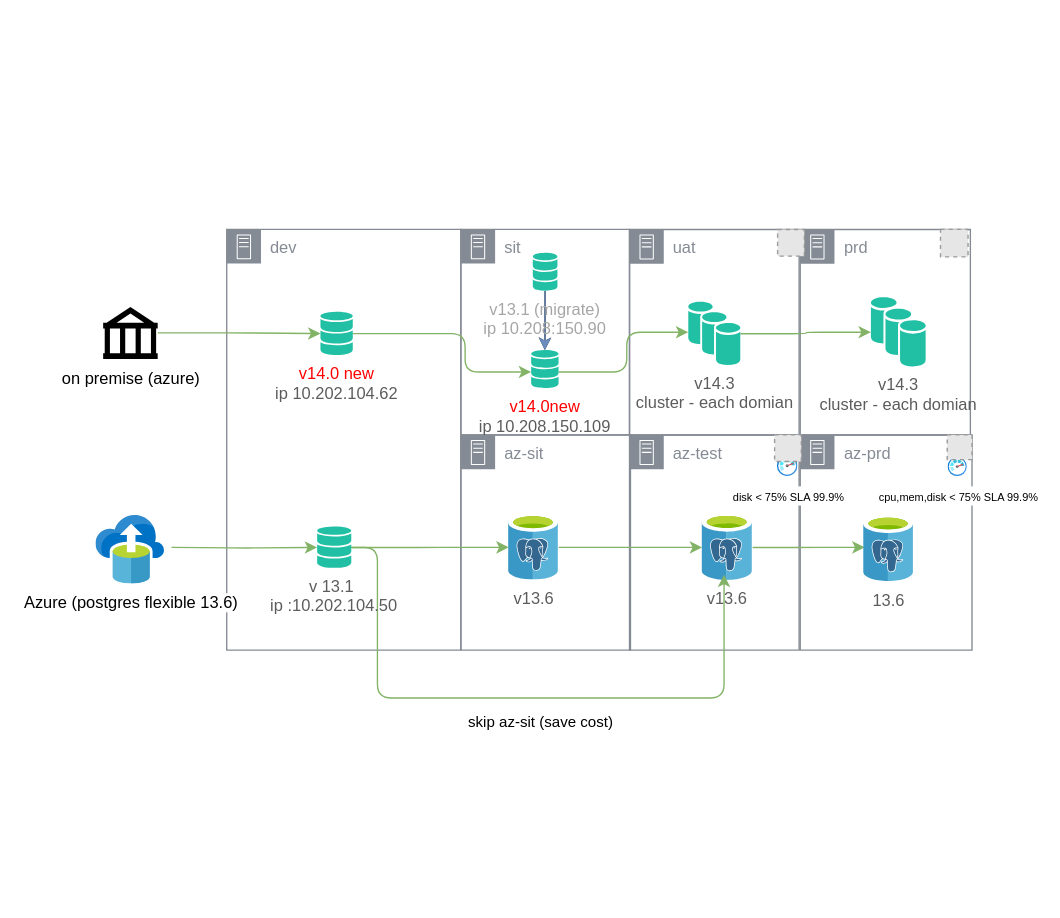
Before: page "postgres" (1 of 3) of azure-kk.drawio in monliepops/database, a draw.io diagram. Source tidied: cells renumbered, new cells numbered last; positions are measured from the earlier drawing's top-left corner, leaving out a move shared by most shapes. Both pictures are drawn from the tidied source at 137%, with x=0, y=0 at pixel (96, 229). Pictures stored in the file or linked from it are replaced by grey dashed boxes.
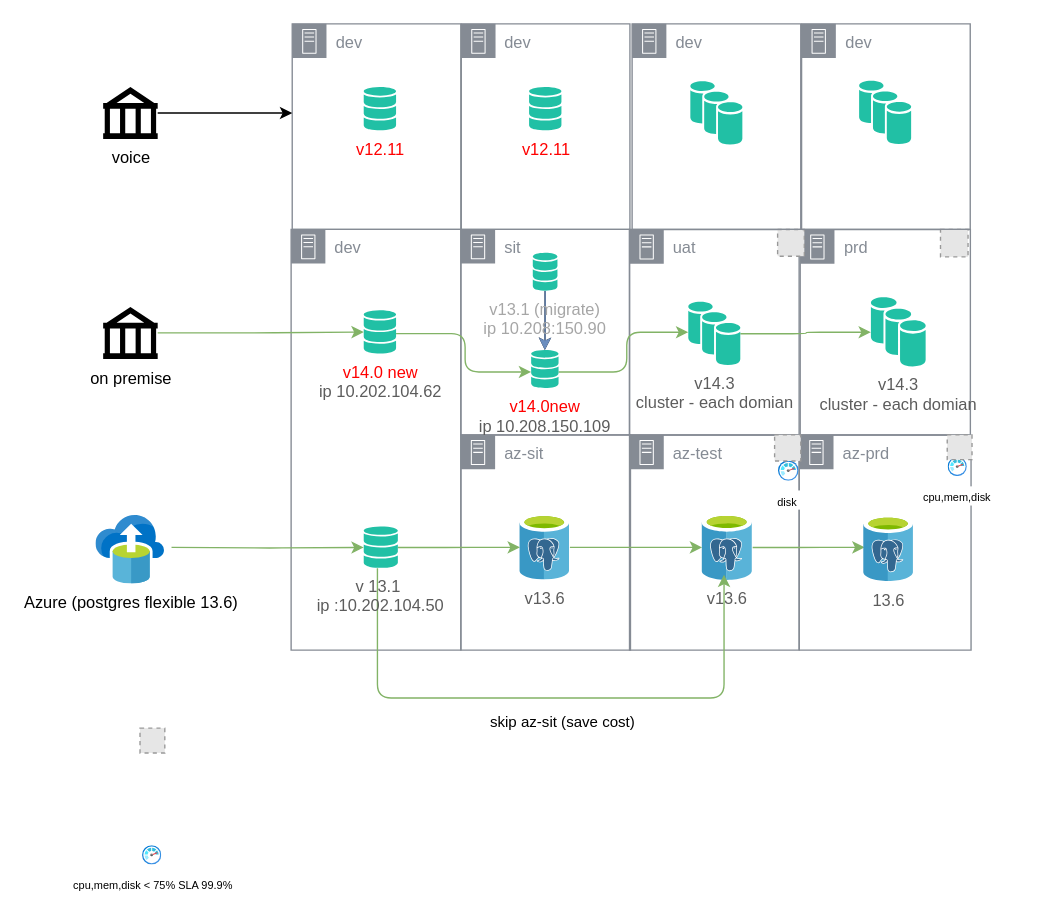
The same page after the edit.

Change to the diagram source:
```diff
@@
+    <mxCell id="4" value="uat" style="gradientColor=none;html=1;whiteSpace=wrap;fontSize=12;fontStyle=0;shape=mxgraph.aws4.group;grIcon=mxgraph.aws4.group_on_premise;strokeColor=#858B94;fillColor=none;verticalAlign=top;align=left;spacingLeft=30;fontColor=#858B94;dashed=0;rounded=1;" parent="1" vertex="1">
+      <mxGeometry x="389" width="123.8" height="150" as="geometry" />
+    </mxCell>
@@
-    <mxCell id="4" value="uat" style="gradientColor=none;html=1;whiteSpace=wrap;fontSize=12;fontStyle=0;shape=mxgraph.aws4.group;grIcon=mxgraph.aws4.group_on_premise;strokeColor=#858B94;fillColor=none;verticalAlign=top;align=left;spacingLeft=30;fontColor=#858B94;dashed=0;rounded=1;" parent="1" vertex="1">
-      <mxGeometry x="389" width="123.8" height="150" as="geometry" />
-    </mxCell>
@@
     <mxCell id="6" value="dev" style="gradientColor=none;html=1;whiteSpace=wrap;fontSize=12;fontStyle=0;shape=mxgraph.aws4.group;grIcon=mxgraph.aws4.group_on_premise;strokeColor=#858B94;fillColor=none;verticalAlign=top;align=left;spacingLeft=30;fontColor=#858B94;dashed=0;rounded=1;" parent="1" vertex="1">
-      <mxGeometry x="95" y="-0.1" width="170.9" height="307.1" as="geometry" />
+      <mxGeometry x="142" y="-0.1" width="123.9" height="307.1" as="geometry" />
     </mxCell>
@@
     <mxCell id="8" value="az-prd" style="gradientColor=none;html=1;whiteSpace=wrap;fontSize=12;fontStyle=0;shape=mxgraph.aws4.group;grIcon=mxgraph.aws4.group_on_premise;strokeColor=#858B94;fillColor=none;verticalAlign=top;align=left;spacingLeft=30;fontColor=#858B94;dashed=0;rounded=1;" parent="1" vertex="1">
-      <mxGeometry x="513.6" y="150" width="125.4" height="157" as="geometry" />
+      <mxGeometry x="512.9" y="150" width="125.4" height="157" as="geometry" />
     </mxCell>
@@
     <mxCell id="11" value="v13.6" style="html=1;points=[];align=center;image;fontSize=12;image=img/lib/mscae/Azure_Database_for_PostgreSQL_servers.svg;fillColor=#21C0A5;strokeColor=#006658;fontColor=#5C5C5C;rounded=1;" parent="1" vertex="1">
-      <mxGeometry x="300.8" y="208" width="36.5" height="48" as="geometry" />
+      <mxGeometry x="309" y="208" width="36.5" height="48" as="geometry" />
     </mxCell>
@@
-    <mxCell id="16" value="on premise (azure)" style="shape=mxgraph.signs.travel.bank;html=1;fillColor=#000000;strokeColor=none;verticalLabelPosition=bottom;verticalAlign=top;align=center;rounded=1;" parent="1" vertex="1">
+    <mxCell id="16" value="on premise" style="shape=mxgraph.signs.travel.bank;html=1;fillColor=#000000;strokeColor=none;verticalLabelPosition=bottom;verticalAlign=top;align=center;rounded=1;" parent="1" vertex="1">
       <mxGeometry x="4.8" y="56.5" width="39.8" height="38" as="geometry" />
     </mxCell>
@@
     <mxCell id="19" value="&lt;font color=&quot;#ff0000&quot;&gt;v14.0 new&lt;/font&gt;&lt;br&gt;ip&amp;nbsp;10.202.104.62" style="shadow=0;dashed=0;html=1;strokeColor=none;labelPosition=center;verticalLabelPosition=bottom;verticalAlign=top;outlineConnect=0;align=center;shape=mxgraph.office.databases.database_mini_3;fillColor=#21C0A5;fontColor=#5C5C5C;rounded=1;" parent="1" vertex="1">
-      <mxGeometry x="163.4" y="60" width="23.6" height="32" as="geometry" />
+      <mxGeometry x="195" y="58.9" width="23.6" height="32" as="geometry" />
     </mxCell>
@@
     <mxCell id="27" value="v 13.1&amp;nbsp;&lt;br&gt;ip :10.202.104.50" style="shadow=0;dashed=0;html=1;strokeColor=none;labelPosition=center;verticalLabelPosition=bottom;verticalAlign=top;outlineConnect=0;align=center;shape=mxgraph.office.databases.database_mini_3;fillColor=#21C0A5;fontColor=#5C5C5C;rounded=1;" parent="1" vertex="1">
-      <mxGeometry x="161" y="216.8" width="24.9" height="30.5" as="geometry" />
+      <mxGeometry x="195" y="216.8" width="24.9" height="30.5" as="geometry" />
     </mxCell>
@@
-    <mxCell id="30" value="&lt;font style=&quot;font-size: 8px;&quot;&gt;disk &amp;lt; 75% SLA 99.9%&lt;/font&gt;" style="html=1;align=center;image;fontSize=12;image=img/lib/azure2/management_governance/Monitor.svg;" parent="1" vertex="1">
-      <mxGeometry x="497.1" y="165.5" width="15" height="15" as="geometry" />
+    <mxCell id="30" value="&lt;font style=&quot;font-size: 8px;&quot;&gt;disk&amp;nbsp;&lt;/font&gt;" style="html=1;align=center;image;fontSize=12;image=img/lib/azure2/management_governance/Monitor.svg;" parent="1" vertex="1">
+      <mxGeometry x="497.9" y="169" width="15" height="15" as="geometry" />
     </mxCell>
-    <mxCell id="31" value="&lt;font style=&quot;font-size: 8px;&quot;&gt;cpu,mem,disk &amp;lt; 75% SLA 99.9%&lt;/font&gt;" style="html=1;align=center;image;fontSize=12;image=img/lib/azure2/management_governance/Monitor.svg;" parent="1" vertex="1">
+    <mxCell id="31" value="&lt;font style=&quot;font-size: 8px;&quot;&gt;cpu,mem,disk&amp;nbsp;&lt;/font&gt;" style="html=1;align=center;image;fontSize=12;image=img/lib/azure2/management_governance/Monitor.svg;" parent="1" vertex="1">
       <mxGeometry x="621.7" y="166.5" width="14" height="14" as="geometry" />
     </mxCell>
@@
     <mxCell id="35" style="fillColor=#E6E6E6;strokeColor=#999999;dashed=1;html=1;verticalAlign=top;verticalLabelPosition=bottom;labelBackgroundColor=#ffffff;" parent="1" vertex="1">
-      <mxGeometry x="494.9" y="149.9" width="19.5" height="19.5" as="geometry" />
+      <mxGeometry x="494.9" y="149.9" width="19.1" height="19.1" as="geometry" />
     </mxCell>
@@
+    <mxCell id="37" value="&lt;font style=&quot;font-size: 8px;&quot;&gt;cpu,mem,disk &amp;lt; 75% SLA 99.9%&lt;/font&gt;" style="html=1;align=center;image;fontSize=12;image=img/lib/azure2/management_governance/Monitor.svg;" parent="1" vertex="1">
+      <mxGeometry x="33.7" y="450" width="14" height="14" as="geometry" />
+    </mxCell>
+    <mxCell id="38" style="fillColor=#E6E6E6;strokeColor=#999999;dashed=1;html=1;verticalAlign=top;verticalLabelPosition=bottom;labelBackgroundColor=#ffffff;" parent="1" vertex="1">
+      <mxGeometry x="31.7" y="364" width="18.1" height="18.1" as="geometry" />
+    </mxCell>
+    <mxCell id="39" value="dev" style="outlineConnect=0;gradientColor=none;html=1;whiteSpace=wrap;fontSize=12;fontStyle=0;shape=mxgraph.aws4.group;grIcon=mxgraph.aws4.group_on_premise;strokeColor=#858B94;fillColor=none;verticalAlign=top;align=left;spacingLeft=30;fontColor=#858B94;dashed=0;rounded=1;" parent="1" vertex="1">
+      <mxGeometry x="142.8" y="-150.1" width="123.1" height="150" as="geometry" />
+    </mxCell>
+    <mxCell id="40" value="&lt;font color=&quot;#ff0000&quot;&gt;v12.11&lt;/font&gt;" style="shadow=0;dashed=0;html=1;strokeColor=none;labelPosition=center;verticalLabelPosition=bottom;verticalAlign=top;align=center;shape=mxgraph.office.databases.database_mini_3;fillColor=#21C0A5;fontColor=#5C5C5C;rounded=1;" parent="1" vertex="1">
+      <mxGeometry x="195" y="-104" width="23.6" height="32" as="geometry" />
+    </mxCell>
+    <mxCell id="41" value="dev" style="gradientColor=none;html=1;whiteSpace=wrap;fontSize=12;fontStyle=0;shape=mxgraph.aws4.group;grIcon=mxgraph.aws4.group_on_premise;strokeColor=#858B94;fillColor=none;verticalAlign=top;align=left;spacingLeft=30;fontColor=#858B94;dashed=0;rounded=1;" parent="1" vertex="1">
+      <mxGeometry x="266.2" y="-150.1" width="123.1" height="150" as="geometry" />
+    </mxCell>
+    <mxCell id="42" value="dev" style="gradientColor=none;html=1;whiteSpace=wrap;fontSize=12;fontStyle=0;shape=mxgraph.aws4.group;grIcon=mxgraph.aws4.group_on_premise;strokeColor=#858B94;fillColor=none;verticalAlign=top;align=left;spacingLeft=30;fontColor=#858B94;dashed=0;rounded=1;" parent="1" vertex="1">
+      <mxGeometry x="390.9" y="-150.1" width="123.1" height="150" as="geometry" />
+    </mxCell>
+    <mxCell id="43" value="dev" style="gradientColor=none;html=1;whiteSpace=wrap;fontSize=12;fontStyle=0;shape=mxgraph.aws4.group;grIcon=mxgraph.aws4.group_on_premise;strokeColor=#858B94;fillColor=none;verticalAlign=top;align=left;spacingLeft=30;fontColor=#858B94;dashed=0;rounded=1;" parent="1" vertex="1">
+      <mxGeometry x="514.6" y="-150.1" width="123.1" height="150" as="geometry" />
+    </mxCell>
+    <mxCell id="44" value="&lt;font color=&quot;#ff0000&quot;&gt;v12.11&lt;/font&gt;" style="shadow=0;dashed=0;html=1;strokeColor=none;labelPosition=center;verticalLabelPosition=bottom;verticalAlign=top;align=center;shape=mxgraph.office.databases.database_mini_3;fillColor=#21C0A5;fontColor=#5C5C5C;rounded=1;" parent="1" vertex="1">
+      <mxGeometry x="315.7" y="-104" width="23.6" height="32" as="geometry" />
+    </mxCell>
+    <mxCell id="45" style="edgeStyle=orthogonalEdgeStyle;rounded=0;jettySize=auto;html=1;" parent="1" edge="1" source="46" target="39">
+      <mxGeometry relative="1" as="geometry">
+        <Array as="points">
+          <mxPoint x="204" y="-85" />
+          <mxPoint x="204" y="-85" />
+        </Array>
+      </mxGeometry>
+    </mxCell>
+    <mxCell id="46" value="voice" style="shape=mxgraph.signs.travel.bank;html=1;fillColor=#000000;strokeColor=none;verticalLabelPosition=bottom;verticalAlign=top;align=center;rounded=1;" parent="1" vertex="1">
+      <mxGeometry x="4.8" y="-104" width="39.8" height="38" as="geometry" />
+    </mxCell>
+    <mxCell id="47" style="shadow=0;dashed=0;html=1;strokeColor=none;labelPosition=center;verticalLabelPosition=bottom;verticalAlign=top;align=center;shape=mxgraph.office.databases.database_availability_group;fillColor=#21C0A5;fontColor=#5C5C5C;rounded=1;" parent="1" vertex="1">
+      <mxGeometry x="433.4" y="-108.2" width="38" height="46.5" as="geometry" />
+    </mxCell>
+    <mxCell id="48" style="shadow=0;dashed=0;html=1;strokeColor=none;labelPosition=center;verticalLabelPosition=bottom;verticalAlign=top;align=center;shape=mxgraph.office.databases.database_availability_group;fillColor=#21C0A5;fontColor=#5C5C5C;rounded=1;" parent="1" vertex="1">
+      <mxGeometry x="556.6" y="-108.5" width="38" height="46.5" as="geometry" />
+    </mxCell>
```
